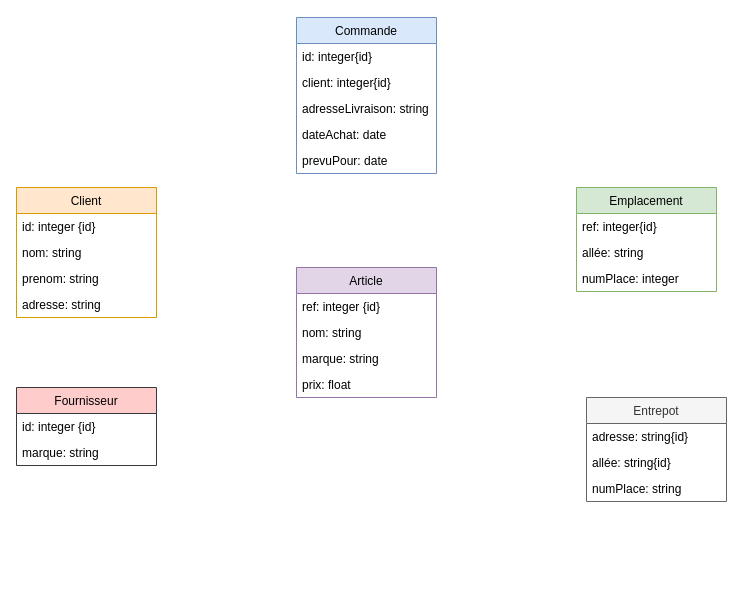
This is Projet.drawio from riad73/INF403, a draw.io file, before an edit. Source tidied: cells renumbered, new cells numbered last; positions are measured from the earlier drawing's top-left corner, leaving out a move shared by most shapes. Both pictures are drawn from the tidied source at 100%, with x=0, y=0 at pixel (16, 17).
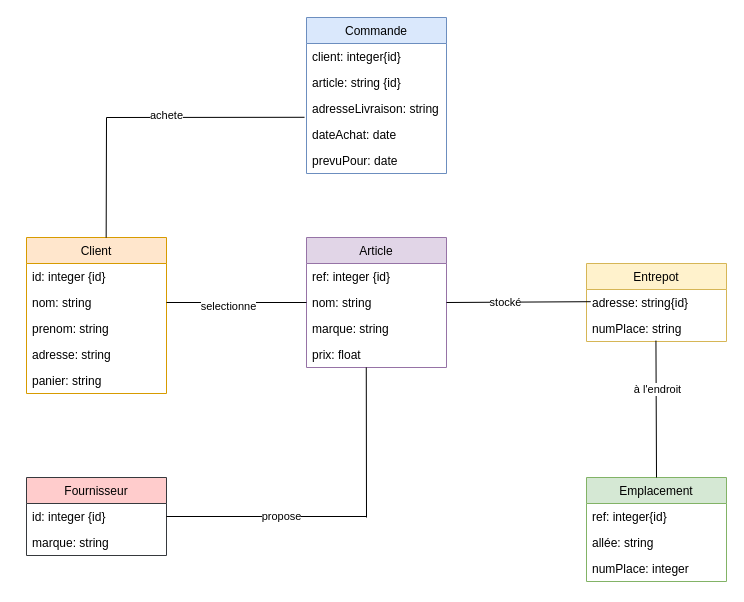
The same page after the edit.

Unchanged cells that the change refers to:
```xml
<mxCell id="4" value="nom: string" style="text;strokeColor=none;fillColor=none;align=left;verticalAlign=top;spacingLeft=4;spacingRight=4;overflow=hidden;points=[[0,0.5],[1,0.5]];portConstraint=eastwest;" parent="2" vertex="1">
  <mxGeometry y="52" width="140" height="26" as="geometry" />
</mxCell>
<mxCell id="8" value="id: integer {id}" style="text;strokeColor=none;fillColor=none;align=left;verticalAlign=top;spacingLeft=4;spacingRight=4;overflow=hidden;points=[[0,0.5],[1,0.5]];portConstraint=eastwest;" parent="7" vertex="1">
  <mxGeometry y="26" width="140" height="26" as="geometry" />
</mxCell>
<mxCell id="12" value="nom: string" style="text;strokeColor=none;fillColor=none;align=left;verticalAlign=top;spacingLeft=4;spacingRight=4;overflow=hidden;points=[[0,0.5],[1,0.5]];portConstraint=eastwest;" parent="10" vertex="1">
  <mxGeometry y="52" width="140" height="26" as="geometry" />
</mxCell>
<mxCell id="14" value="prix: float" style="text;strokeColor=none;fillColor=none;align=left;verticalAlign=top;spacingLeft=4;spacingRight=4;overflow=hidden;points=[[0,0.5],[1,0.5]];portConstraint=eastwest;" parent="10" vertex="1">
  <mxGeometry y="104" width="140" height="26" as="geometry" />
</mxCell>
<mxCell id="26" value="adresseLivraison: string" style="text;strokeColor=none;fillColor=none;align=left;verticalAlign=top;spacingLeft=4;spacingRight=4;overflow=hidden;points=[[0,0.5],[1,0.5]];portConstraint=eastwest;" parent="23" vertex="1">
  <mxGeometry y="78" width="140" height="26" as="geometry" />
</mxCell>
```

What changed in the source:
```diff
@@
     <mxCell id="2" value="Client" style="swimlane;fontStyle=0;horizontal=1;startSize=26;fillColor=#ffe6cc;strokeColor=#d79b00;" parent="1" vertex="1">
-      <mxGeometry y="170" width="140" height="130" as="geometry" />
+      <mxGeometry x="10" y="220" width="140" height="156" as="geometry" />
     </mxCell>
@@
+    <mxCell id="29" value="panier: string" style="text;strokeColor=none;fillColor=none;align=left;verticalAlign=top;spacingLeft=4;spacingRight=4;overflow=hidden;" parent="2" vertex="1">
+      <mxGeometry y="130" width="140" height="26" as="geometry" />
+    </mxCell>
     <mxCell id="7" value="Fournisseur" style="swimlane;fontStyle=0;horizontal=1;startSize=26;fillColor=#ffcccc;strokeColor=#36393d;" parent="1" vertex="1">
-      <mxGeometry y="370" width="140" height="78" as="geometry" />
+      <mxGeometry x="10" y="460" width="140" height="78" as="geometry" />
     </mxCell>
@@
     <mxCell id="10" value="Article" style="swimlane;fontStyle=0;horizontal=1;startSize=26;fillColor=#e1d5e7;strokeColor=#9673a6;" parent="1" vertex="1">
-      <mxGeometry x="280" y="250" width="140" height="130" as="geometry" />
+      <mxGeometry x="290" y="220" width="140" height="130" as="geometry" />
     </mxCell>
@@
-    <mxCell id="15" value="Entrepot" style="swimlane;fontStyle=0;horizontal=1;startSize=26;fillColor=#f5f5f5;strokeColor=#666666;fontColor=#333333;" parent="1" vertex="1">
-      <mxGeometry x="570" y="380" width="140" height="104" as="geometry" />
+    <mxCell id="15" value="Entrepot" style="swimlane;fontStyle=0;horizontal=1;startSize=26;fillColor=#fff2cc;strokeColor=#d6b656;" parent="1" vertex="1">
+      <mxGeometry x="570" y="246" width="140" height="78" as="geometry" />
     </mxCell>
@@
-    <mxCell id="17" value="allée: string{id}" style="text;strokeColor=none;fillColor=none;align=left;verticalAlign=top;spacingLeft=4;spacingRight=4;overflow=hidden;" parent="15" vertex="1">
-      <mxGeometry y="52" width="140" height="26" as="geometry" />
-    </mxCell>
     <mxCell id="18" value="numPlace: string" style="text;strokeColor=none;fillColor=none;align=left;verticalAlign=top;spacingLeft=4;spacingRight=4;overflow=hidden;points=[[0,0.5],[1,0.5]];portConstraint=eastwest;" parent="15" vertex="1">
-      <mxGeometry y="78" width="140" height="26" as="geometry" />
+      <mxGeometry y="52" width="140" height="26" as="geometry" />
     </mxCell>
     <mxCell id="19" value="Emplacement" style="swimlane;fontStyle=0;horizontal=1;startSize=26;fillColor=#d5e8d4;strokeColor=#82b366;" parent="1" vertex="1">
-      <mxGeometry x="560" y="170" width="140" height="104" as="geometry" />
+      <mxGeometry x="570" y="460" width="140" height="104" as="geometry" />
     </mxCell>
@@
     <mxCell id="23" value="Commande" style="swimlane;fontStyle=0;horizontal=1;startSize=26;fillColor=#dae8fc;strokeColor=#6c8ebf;" parent="1" vertex="1">
-      <mxGeometry x="280" width="140" height="156" as="geometry" />
+      <mxGeometry x="290" width="140" height="156" as="geometry" />
     </mxCell>
-    <mxCell id="24" value="id: integer{id}" style="text;strokeColor=none;fillColor=none;align=left;verticalAlign=top;spacingLeft=4;spacingRight=4;overflow=hidden;" parent="23" vertex="1">
-      <mxGeometry y="26" width="140" height="26" as="geometry" />
-    </mxCell>
     <mxCell id="25" value="client: integer{id}" style="text;strokeColor=none;fillColor=none;align=left;verticalAlign=top;spacingLeft=4;spacingRight=4;overflow=hidden;" parent="23" vertex="1">
-      <mxGeometry y="52" width="140" height="26" as="geometry" />
+      <mxGeometry y="26" width="140" height="26" as="geometry" />
     </mxCell>
+    <mxCell id="30" value="article: string {id}" style="text;strokeColor=none;fillColor=none;align=left;verticalAlign=top;spacingLeft=4;spacingRight=4;overflow=hidden;" parent="23" vertex="1">
+      <mxGeometry y="52" width="140" height="26" as="geometry" />
+    </mxCell>
@@
+    <mxCell id="31" style="endArrow=none;html=1;exitX=1;exitY=0.5;exitDx=0;exitDy=0;entryX=0;entryY=0.5;entryDx=0;entryDy=0;" parent="1" edge="1" source="4" target="12">
+      <mxGeometry relative="1" as="geometry" />
+    </mxCell>
+    <mxCell id="32" value="selectionne" style="edgeLabel;html=1;align=center;verticalAlign=middle;" parent="31" vertex="1">
+      <mxGeometry x="-0.13" y="-3" relative="1" as="geometry" />
+    </mxCell>
+    <mxCell id="33" style="endArrow=none;html=1;exitX=1;exitY=0.5;exitDx=0;exitDy=0;entryX=0.031;entryY=-0.032;entryDx=0;entryDy=0;entryPerimeter=0;" parent="1" edge="1" source="12">
+      <mxGeometry relative="1" as="geometry">
+        <mxPoint x="574.3" y="284.2" as="targetPoint" />
+      </mxGeometry>
+    </mxCell>
+    <mxCell id="34" value="stocké" style="edgeLabel;html=1;align=center;verticalAlign=middle;" parent="33" vertex="1">
+      <mxGeometry x="-0.18" relative="1" as="geometry" />
+    </mxCell>
+    <mxCell id="35" style="endArrow=none;html=1;exitX=0.569;exitY=0.001;exitDx=0;exitDy=0;exitPerimeter=0;" parent="1" edge="1" source="2">
+      <mxGeometry relative="1" as="geometry">
+        <mxPoint x="90" y="100" as="targetPoint" />
+      </mxGeometry>
+    </mxCell>
+    <mxCell id="36" style="endArrow=none;html=1;entryX=-0.014;entryY=0.838;entryDx=0;entryDy=0;entryPerimeter=0;" parent="1" edge="1" target="26">
+      <mxGeometry relative="1" as="geometry">
+        <mxPoint x="90" y="100" as="sourcePoint" />
+      </mxGeometry>
+    </mxCell>
+    <mxCell id="37" value="achete" style="edgeLabel;html=1;align=center;verticalAlign=middle;" parent="36" vertex="1">
+      <mxGeometry x="-0.39" y="2" relative="1" as="geometry" />
+    </mxCell>
+    <mxCell id="38" style="endArrow=none;html=1;entryX=0.496;entryY=0.965;entryDx=0;entryDy=0;entryPerimeter=0;" parent="1" edge="1" target="18">
+      <mxGeometry relative="1" as="geometry">
+        <mxPoint x="640" y="460" as="sourcePoint" />
+      </mxGeometry>
+    </mxCell>
+    <mxCell id="39" value="à l'endroit" style="edgeLabel;html=1;align=center;verticalAlign=middle;" parent="38" vertex="1">
+      <mxGeometry x="0.29" y="-1" relative="1" as="geometry" />
+    </mxCell>
+    <mxCell id="40" style="endArrow=none;html=1;exitX=1;exitY=0.5;exitDx=0;exitDy=0;" parent="1" edge="1" source="8">
+      <mxGeometry relative="1" as="geometry">
+        <mxPoint x="350" y="499" as="targetPoint" />
+      </mxGeometry>
+    </mxCell>
+    <mxCell id="41" value="propose" style="edgeLabel;html=1;align=center;verticalAlign=middle;" parent="40" vertex="1">
+      <mxGeometry x="0.14" y="1" relative="1" as="geometry" />
+    </mxCell>
+    <mxCell id="42" style="endArrow=none;html=1;entryX=0.427;entryY=0.995;entryDx=0;entryDy=0;entryPerimeter=0;" parent="1" edge="1" target="14">
+      <mxGeometry relative="1" as="geometry">
+        <mxPoint x="350" y="500" as="sourcePoint" />
+      </mxGeometry>
+    </mxCell>
```
